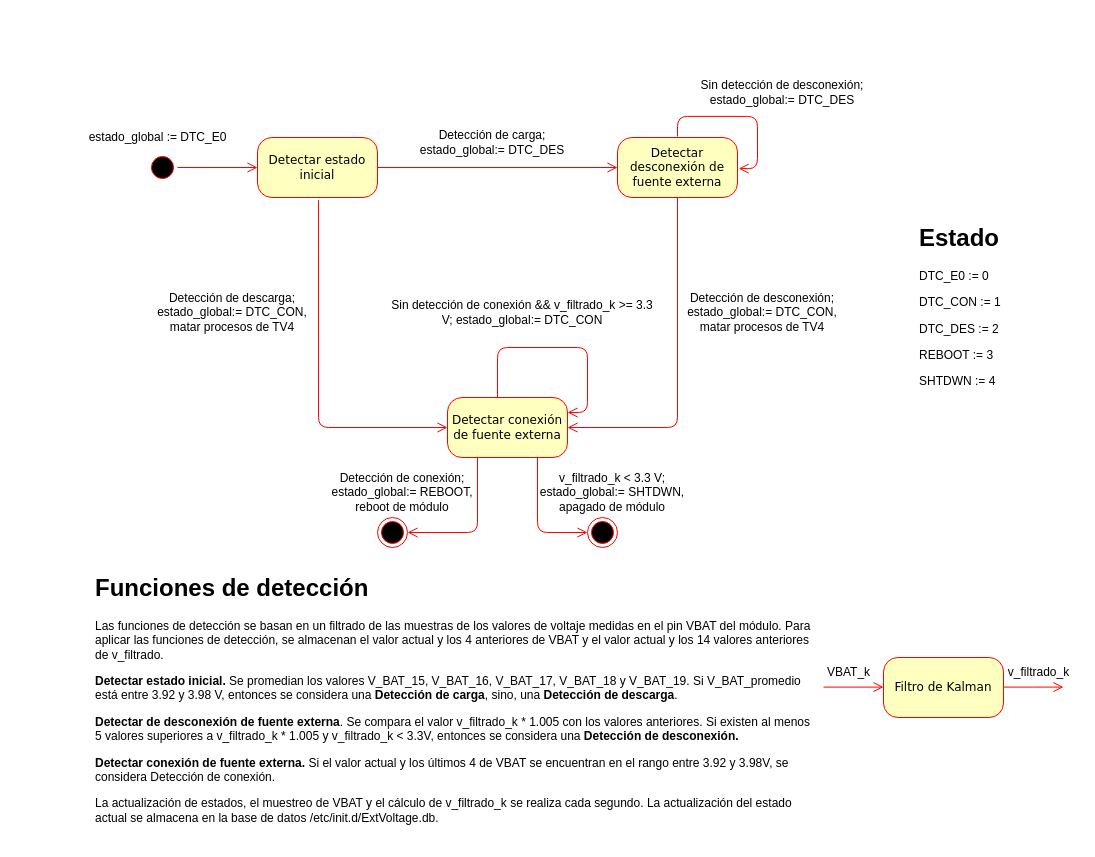
Earlier version of the draw.io diagram TurnOffModule.drawio (CesarRodriguez14/Tag_Vehiculo_4_0_Diagramas). Source tidied: cells renumbered, new cells numbered last; positions are measured from the earlier drawing's top-left corner, leaving out a move shared by most shapes. Both pictures are drawn from the tidied source at 100%, with x=0, y=0 at pixel (77, 77).
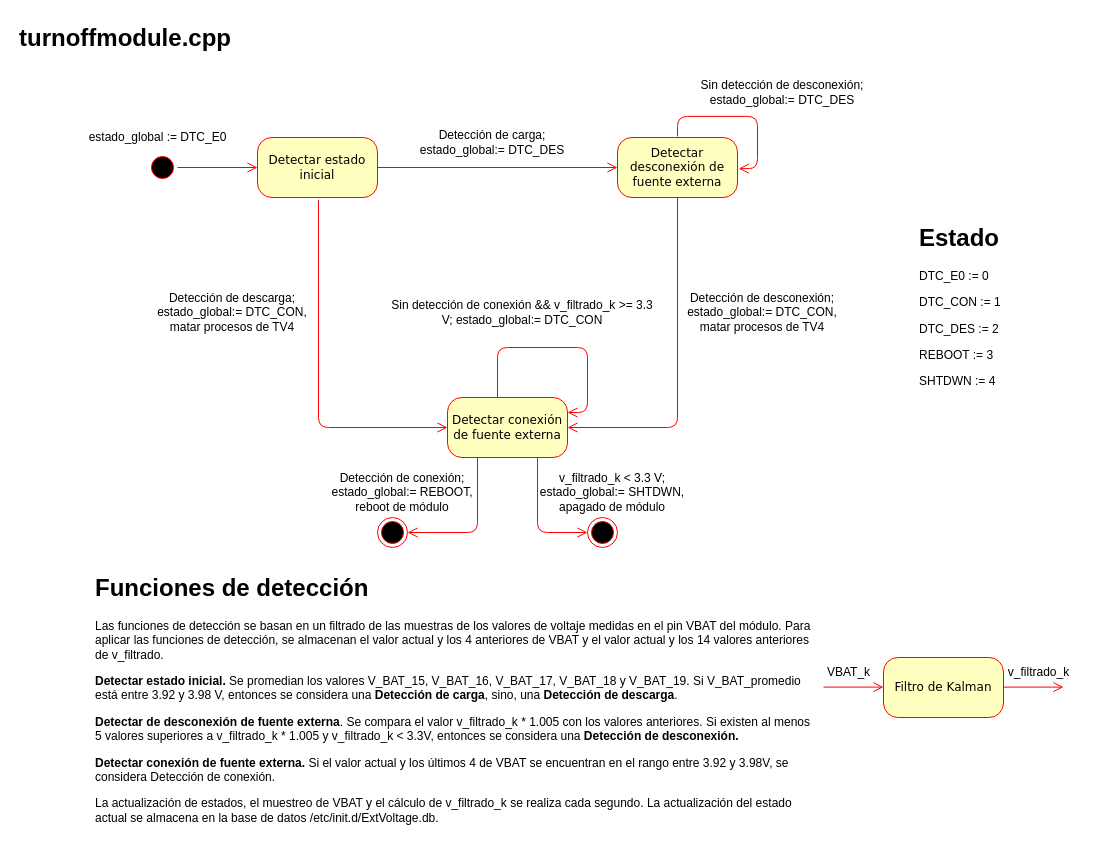
After the change.

The edit, as a diff of the source:
```diff
@@
+    <mxCell id="31" value="&lt;h1 style=&quot;margin-top: 0px;&quot;&gt;turnoffmodule.cpp&lt;/h1&gt;" style="text;html=1;whiteSpace=wrap;overflow=hidden;rounded=0;" parent="1" vertex="1">
+      <mxGeometry x="-60" y="-60" width="240" height="40" as="geometry" />
+    </mxCell>
```
